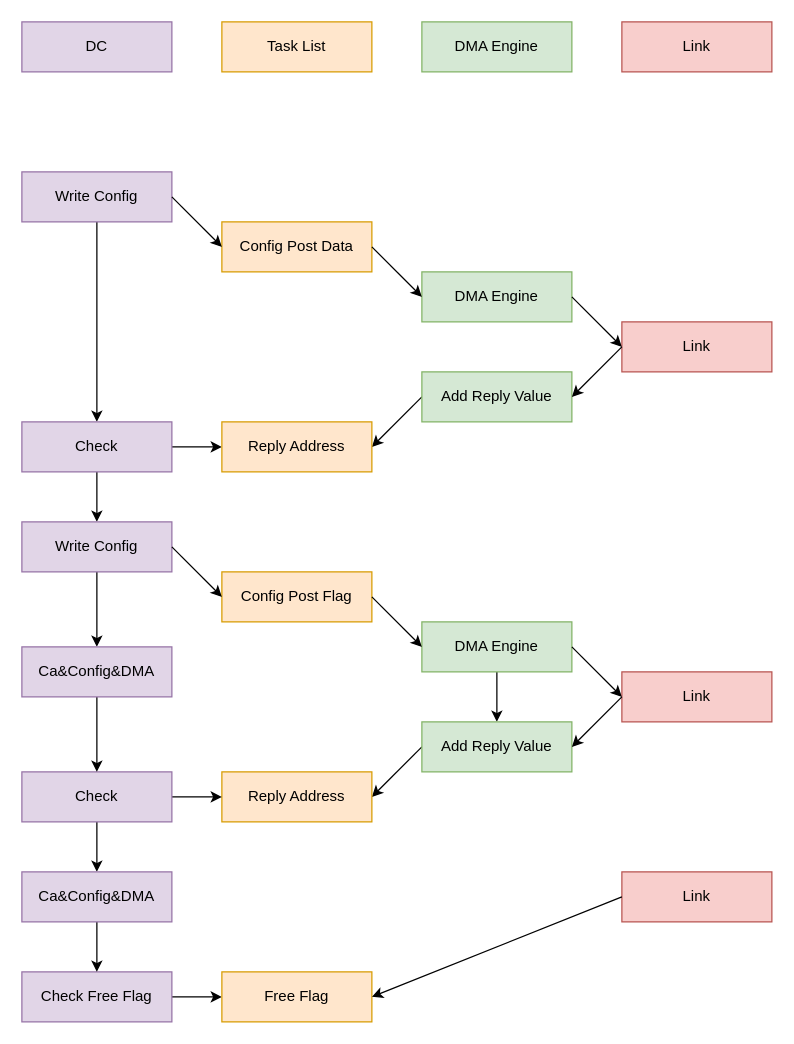
Earlier version of the draw.io diagram TC2LINK/Link_RDMA_Read.drawio (BEYHHH/SBLP). Source tidied: cells renumbered, new cells numbered last; positions are measured from the earlier drawing's top-left corner, leaving out a move shared by most shapes. Both pictures are drawn from the tidied source at 125%, with x=0, y=0 at pixel (21, 21).
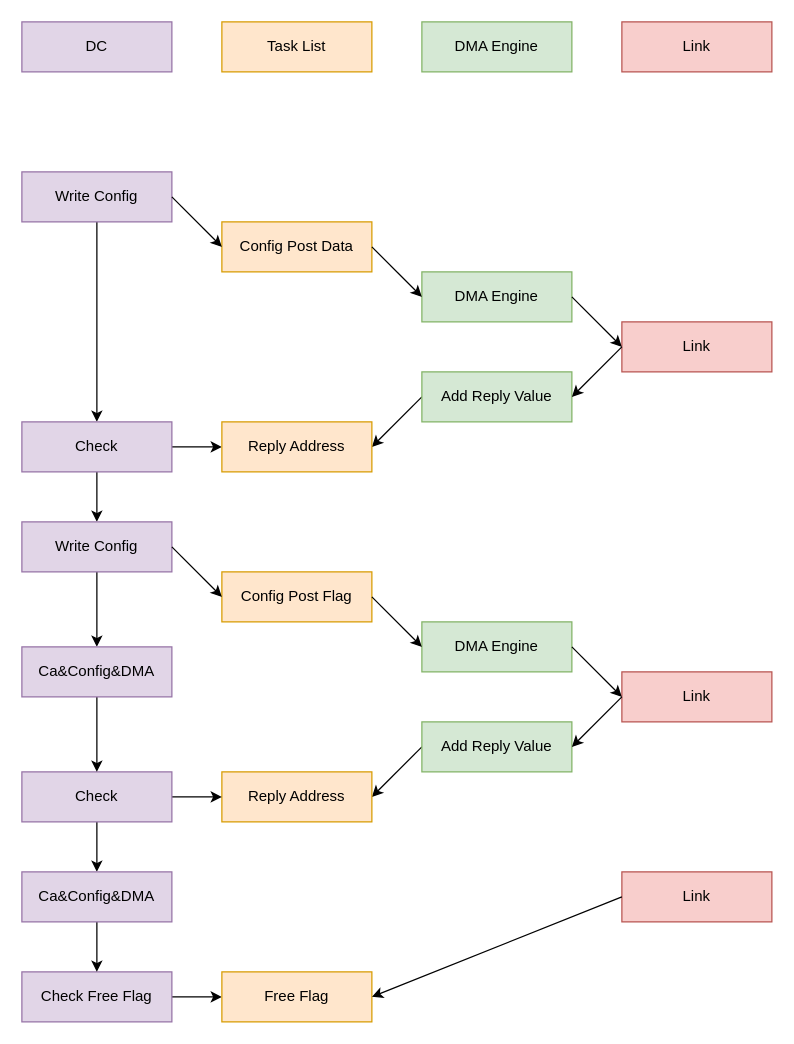
The same diagram, later.

The change refers to these unchanged cells:
```xml
<mxCell id="23" value="DMA Engine" style="rounded=0;whiteSpace=wrap;html=1;fillColor=#d5e8d4;strokeColor=#82b366;" parent="1" vertex="1">
  <mxGeometry x="320" y="480" width="120" height="40" as="geometry" />
</mxCell>
<mxCell id="25" value="Add Reply Value" style="rounded=0;whiteSpace=wrap;html=1;fillColor=#d5e8d4;strokeColor=#82b366;" parent="1" vertex="1">
  <mxGeometry x="320" y="560" width="120" height="40" as="geometry" />
</mxCell>
```

The edit, as a diff of the source:
```diff
@@
-    <mxCell id="22" style="edgeStyle=orthogonalEdgeStyle;rounded=0;jettySize=auto;html=1;" parent="1" edge="1" source="23" target="25">
-      <mxGeometry relative="1" as="geometry" />
-    </mxCell>
```
